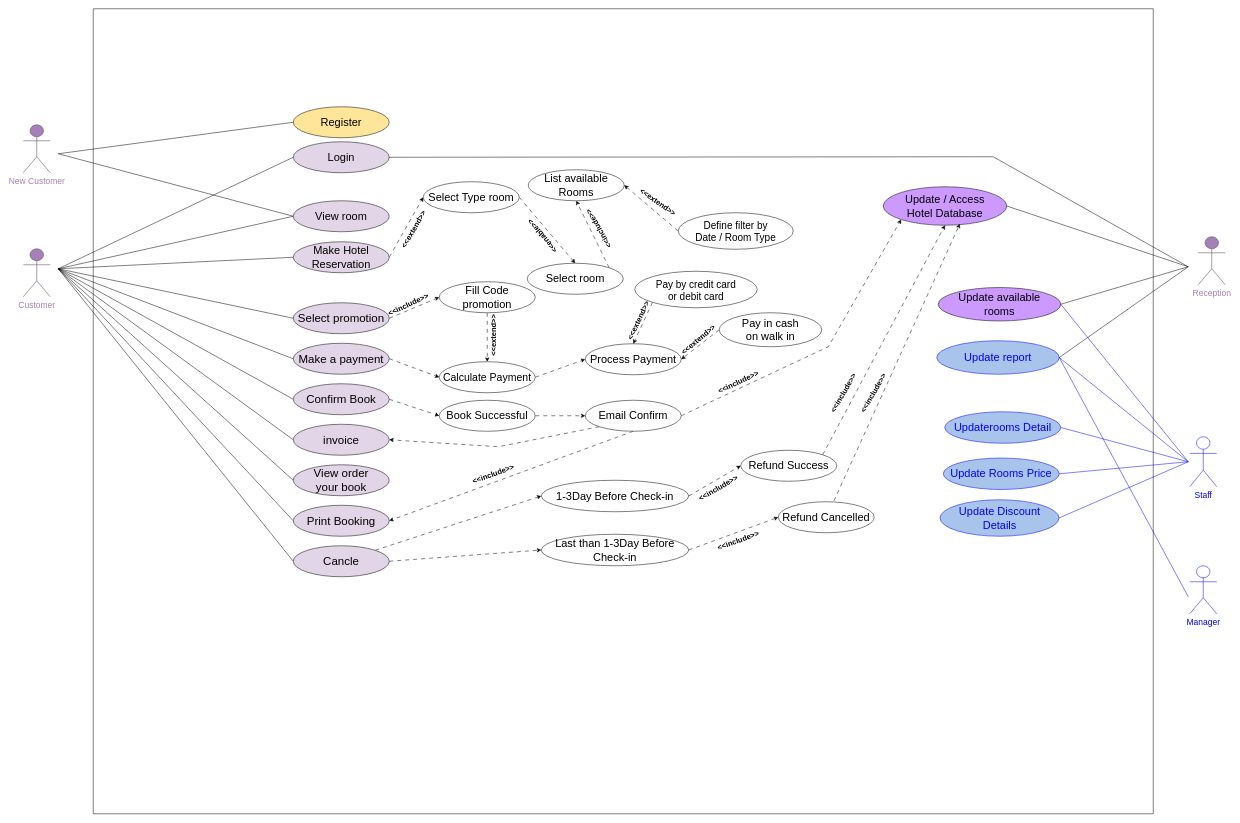
Yaya25aom/bookhotel keeps this draw.io diagram as usecase1.drawio. Above is the earlier version. Source tidied: cells renumbered, new cells numbered last; positions are measured from the earlier drawing's top-left corner, leaving out a move shared by most shapes. Both pictures are drawn from the tidied source at 50%, with x=0, y=0 at pixel (23, 8).
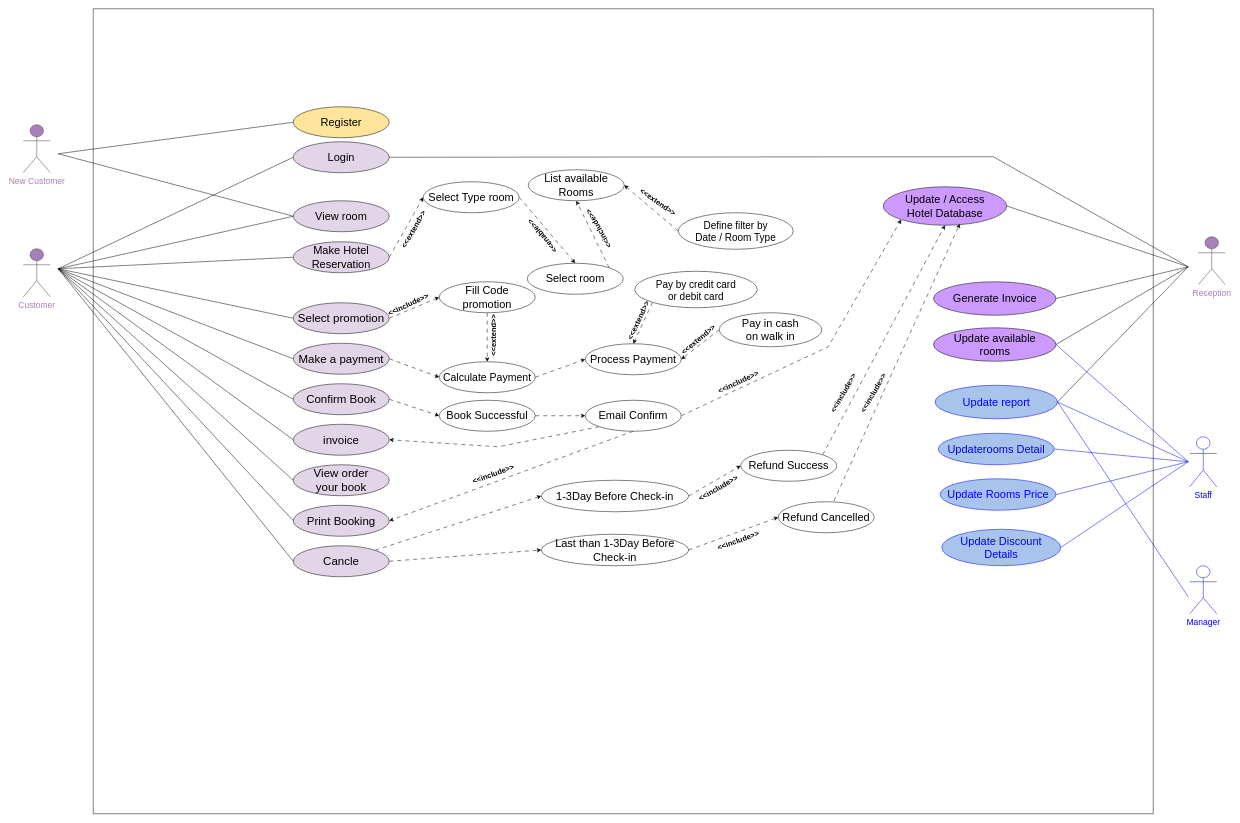
The same page after the edit.

What changed in the source:
```diff
@@
     <mxCell id="57" value="&lt;font style=&quot;font-size: 22px;&quot;&gt;Update available&lt;br&gt;rooms&lt;/font&gt;" style="ellipse;whiteSpace=wrap;html=1;fillColor=#CC99FF;" parent="1" vertex="1">
-      <mxGeometry x="1830" y="557.5" width="245" height="67" as="geometry" />
+      <mxGeometry x="1820.5" y="638" width="245" height="67" as="geometry" />
     </mxCell>
@@
     <mxCell id="85" value="&lt;font color=&quot;#0000ff&quot; style=&quot;font-size: 22px;&quot;&gt;Updaterooms Detail&lt;/font&gt;" style="ellipse;whiteSpace=wrap;html=1;strokeColor=#0000FF;fillColor=#A9C4EB;" parent="1" vertex="1">
-      <mxGeometry x="1843" y="806" width="232" height="63" as="geometry" />
+      <mxGeometry x="1830" y="849" width="232" height="63" as="geometry" />
     </mxCell>
@@
     <mxCell id="87" value="&lt;font color=&quot;#0000ff&quot; style=&quot;font-size: 22px;&quot;&gt;Update Rooms Price&lt;/font&gt;" style="ellipse;whiteSpace=wrap;html=1;strokeColor=#0000FF;fillColor=#A9C4EB;" parent="1" vertex="1">
-      <mxGeometry x="1840" y="898.5" width="232" height="63" as="geometry" />
+      <mxGeometry x="1833.5" y="940" width="232" height="63" as="geometry" />
     </mxCell>
@@
     <mxCell id="89" value="&lt;font color=&quot;#0000ff&quot; style=&quot;font-size: 22px;&quot;&gt;Update Discount&lt;br&gt;Details&lt;/font&gt;" style="ellipse;whiteSpace=wrap;html=1;strokeColor=#0000FF;fillColor=#A9C4EB;" parent="1" vertex="1">
-      <mxGeometry x="1833.5" y="982" width="238" height="73" as="geometry" />
+      <mxGeometry x="1837" y="1041" width="238" height="73" as="geometry" />
     </mxCell>
@@
     <mxCell id="91" value="&lt;font style=&quot;font-size: 22px;&quot;&gt;&lt;font color=&quot;#0000ff&quot;&gt;Update report&lt;/font&gt;&lt;br&gt;&lt;/font&gt;" style="ellipse;whiteSpace=wrap;html=1;strokeColor=#0000FF;fillColor=#A9C4EB;" parent="1" vertex="1">
-      <mxGeometry x="1827" y="664" width="245" height="67" as="geometry" />
+      <mxGeometry x="1823.5" y="753" width="245" height="67" as="geometry" />
     </mxCell>
@@
+    <mxCell id="101" style="shape=connector;rounded=0;jettySize=auto;html=1;labelBackgroundColor=default;fontFamily=Helvetica;fontSize=11;fontColor=default;endArrow=none;endFill=0;exitX=1;exitY=0.5;exitDx=0;exitDy=0;" parent="1" edge="1" source="102">
+      <mxGeometry relative="1" as="geometry">
+        <mxPoint x="2330" y="516" as="targetPoint" />
+      </mxGeometry>
+    </mxCell>
+    <mxCell id="102" value="&lt;span style=&quot;font-size: 22px;&quot;&gt;Generate Invoice&lt;/span&gt;" style="ellipse;whiteSpace=wrap;html=1;fillColor=#CC99FF;" parent="1" vertex="1">
+      <mxGeometry x="1820.5" y="546" width="245" height="67" as="geometry" />
+    </mxCell>
```
